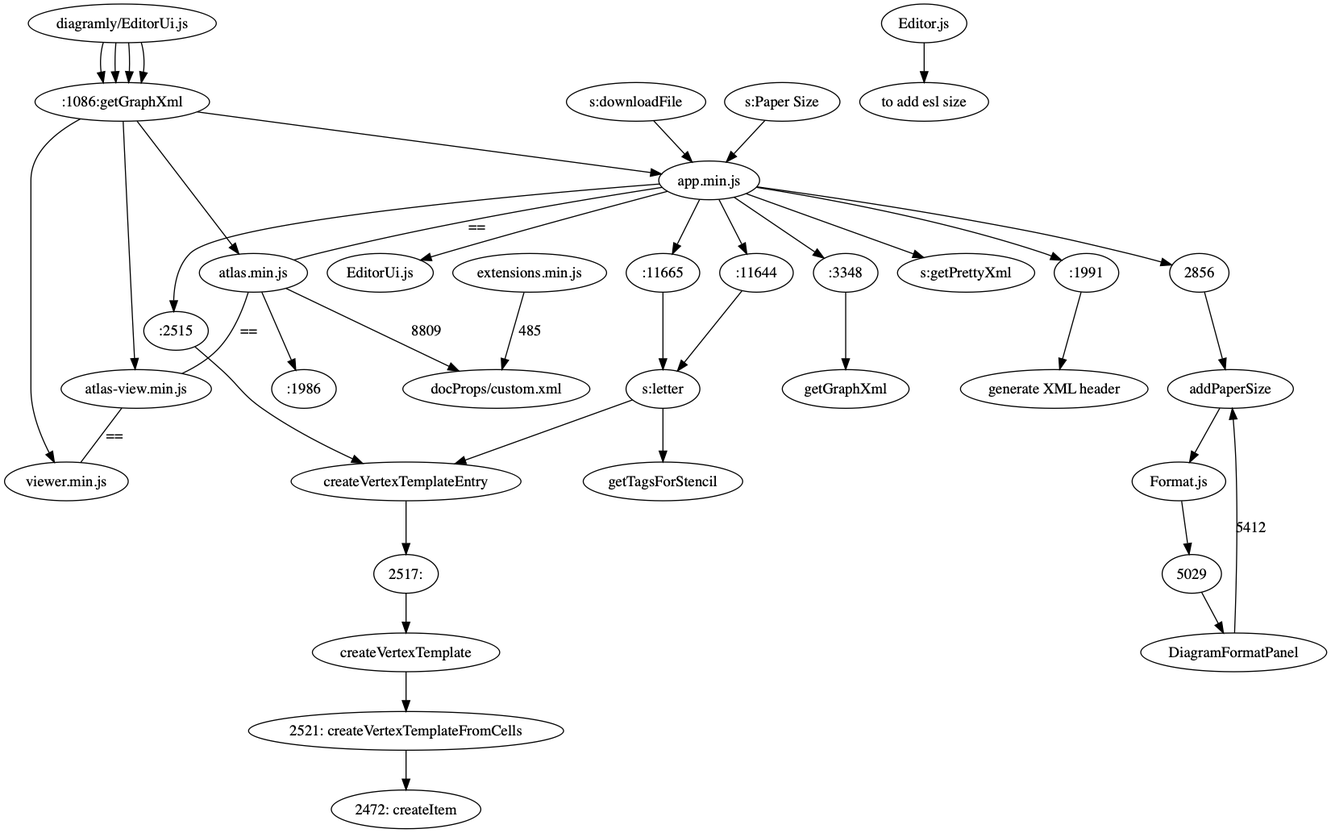
This is relation.png from heraldia/drawio, a Graphviz export, as it was before one commit. Its source is kept beside it as relation.dot.
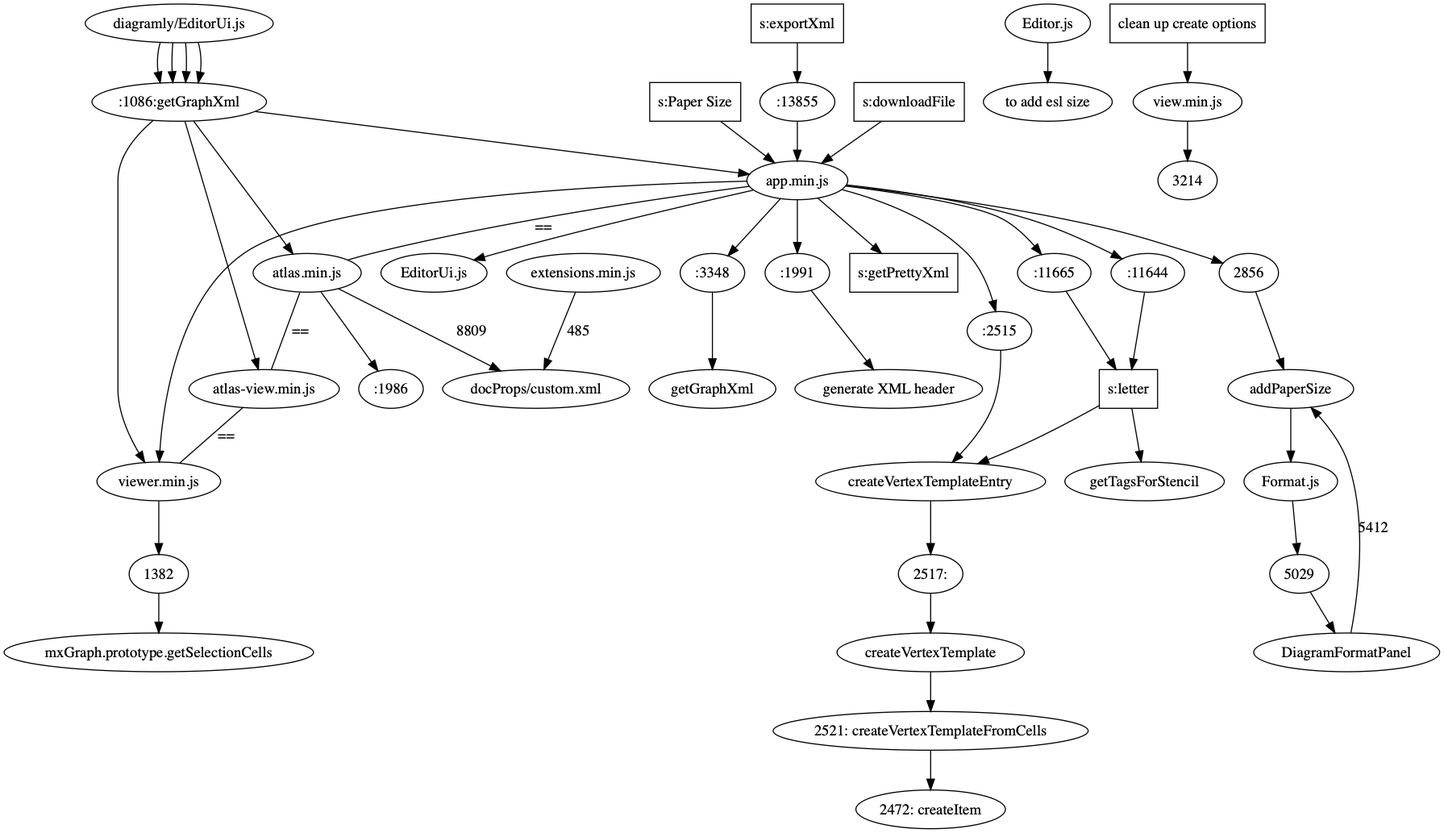
Later version of the same file.

The edit, as a diff of the source:
```diff
@@ -1,16 +1,21 @@
 digraph drawIo{
-"diagramly/EditorUi.js"->":1086:getGraphXml" -> "app.min.js";
+"diagramly/EditorUi.js"->":1086:getGraphXml" -> "app.min.js" ->
+"viewer.min.js"->"1382"-> "mxGraph.prototype.getSelectionCells";
+
 "diagramly/EditorUi.js"->":1086:getGraphXml" -> "atlas.min.js" -> ":1986";
+"s:letter" [shape = box];
+
 "app.min.js" -> ":11644"-> "s:letter" -> "getTagsForStencil";
 "app.min.js" ->":11665"-> "s:letter" -> "createVertexTemplateEntry";
+"s:downloadFile" [shape = box];
 "s:downloadFile" -> "app.min.js" -> "EditorUi.js";
 "app.min.js" -> ":2515" -> "createVertexTemplateEntry" -> "2517:" -> "createVertexTemplate" -> "2521: createVertexTemplateFromCells" -> "2472: createItem";
 "diagramly/EditorUi.js"->":1086:getGraphXml" -> "atlas-view.min.js";
 "diagramly/EditorUi.js"->":1086:getGraphXml" -> "viewer.min.js";
 
-"app.min.js" -> "atlas.min.js" -> "atlas-view.min.js" -> "viewer.min.js" [label
-    = "==", arrowhead="none" ];
+"app.min.js" -> "atlas.min.js" -> "atlas-view.min.js" -> "viewer.min.js" [label = "==", arrowhead="none" ];
 
+"s:Paper Size" [shape = box];
 "s:Paper Size" -> "app.min.js" -> "2856" -> "addPaperSize";
 "addPaperSize" -> "Format.js" -> "5029" -> "DiagramFormatPanel";
 "DiagramFormatPanel" -> "addPaperSize" [label= "5412" ];
@@ -21,8 +26,12 @@
 "app.min.js" -> ":3348" ->"getGraphXml";
 "app.min.js" -> ":1991" ->"generate XML header";
 "app.min.js" -> "s:getPrettyXml";
+"s:getPrettyXml"[shape = box];
+"s:exportXml" [shape = box];
 
 "s:exportXml" -> ":13855" -> "app.min.js";
+"clean up create options" [shape = box];
+"clean up create options" -> "viewer.min.js" -> 3214;
 
 
 }
```
